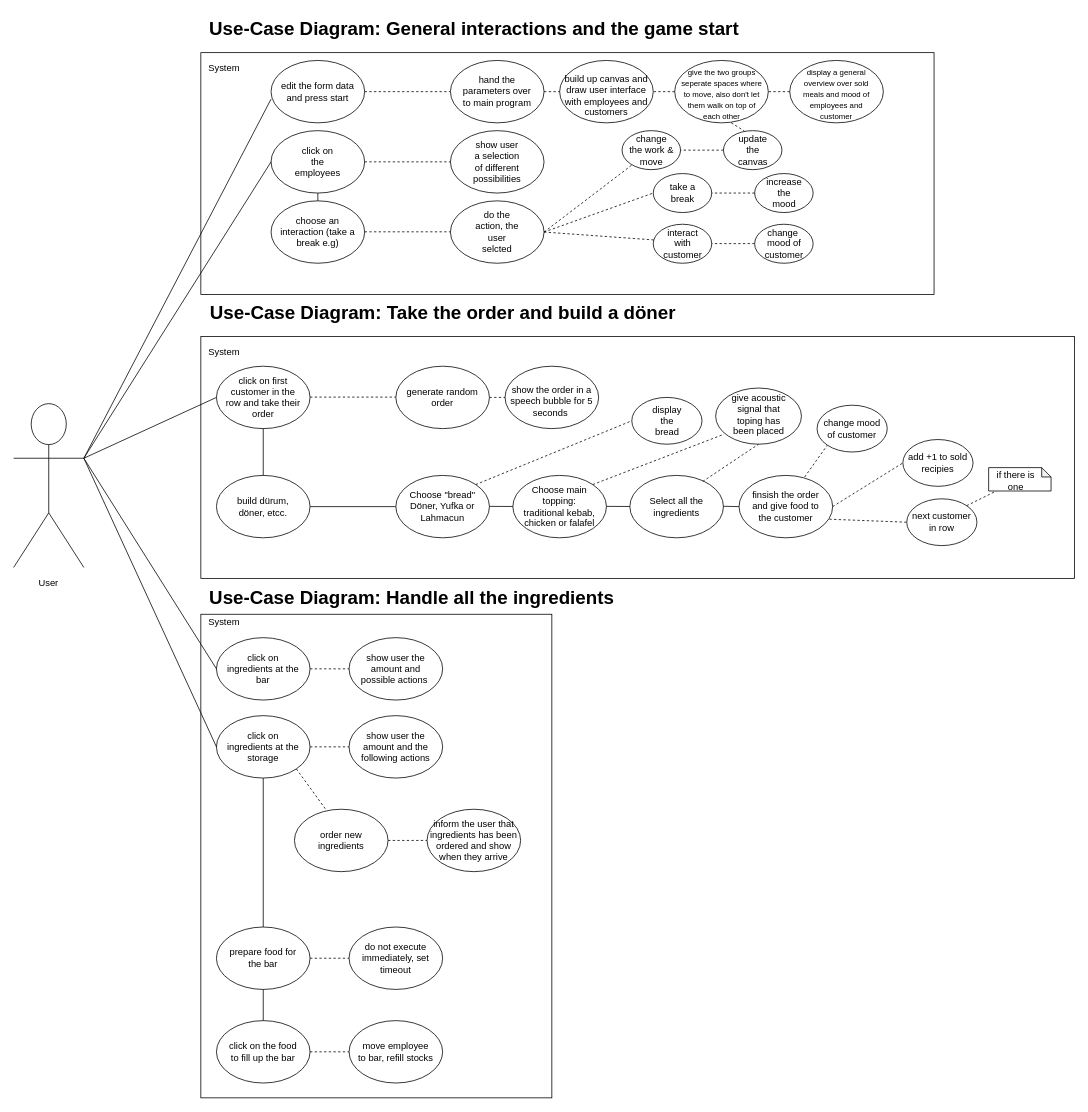
Above: Anwendungsfalldiagramme.drawio in davideichler/EIA2_Abschlussarbeit (draw.io), before the change. Source tidied: cells renumbered, new cells numbered last; positions are measured from the earlier drawing's top-left corner, leaving out a move shared by most shapes. Both pictures are drawn from the tidied source at 78%, with x=0, y=0 at pixel (13, 13).
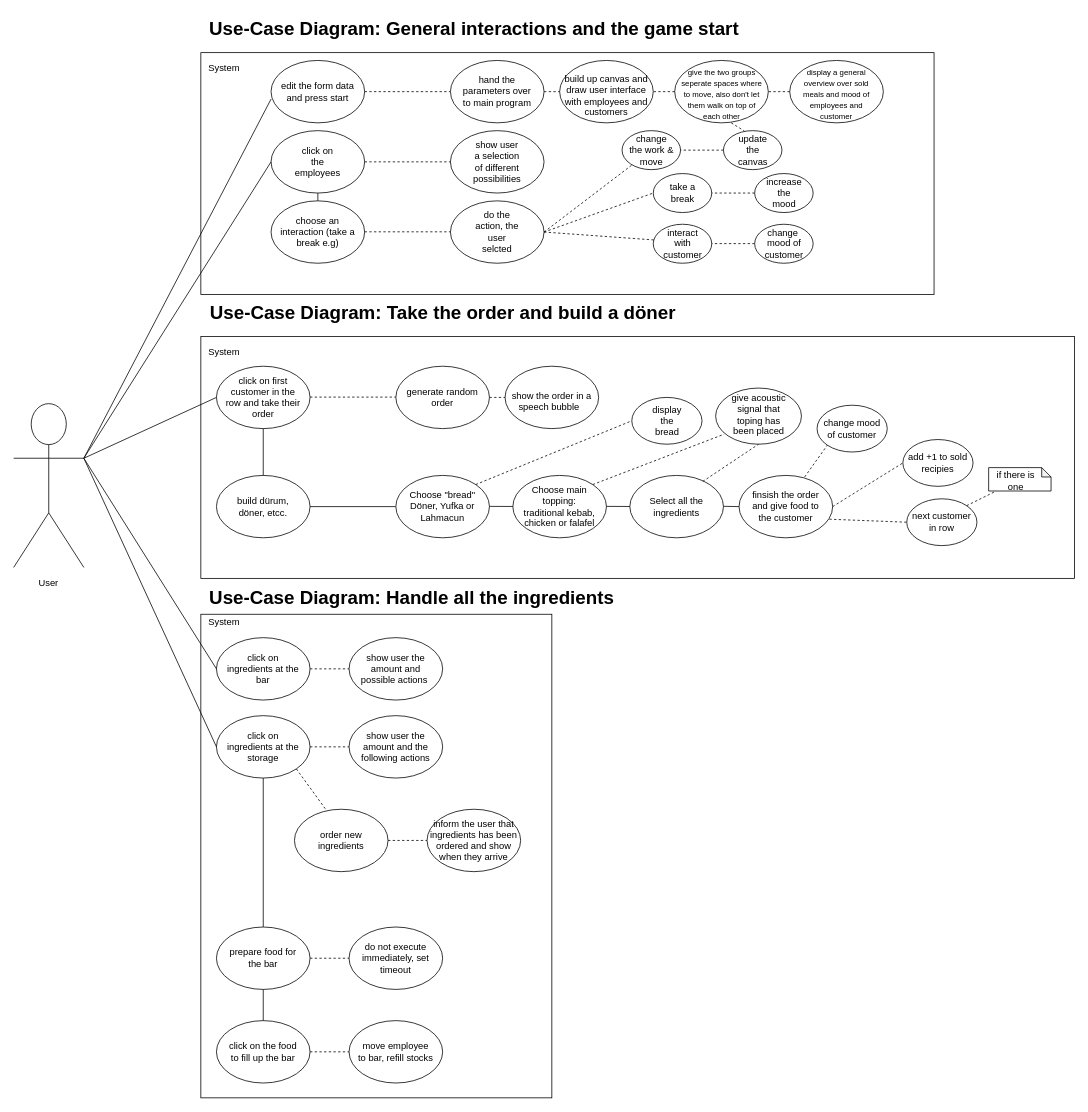
Above is the later version.

What changed in the source:
```diff
@@
-    <mxCell id="65" value="show the order in a speech bubble for 5 seconds&amp;nbsp;" style="text;html=1;strokeColor=none;fillColor=none;align=center;verticalAlign=middle;whiteSpace=wrap;rounded=0;" parent="1" vertex="1">
+    <mxCell id="65" value="show the order in a speech bubble&amp;nbsp;&amp;nbsp;" style="text;html=1;strokeColor=none;fillColor=none;align=center;verticalAlign=middle;whiteSpace=wrap;rounded=0;" parent="1" vertex="1">
       <mxGeometry x="635" y="492" width="110" height="10" as="geometry" />
     </mxCell>
```
